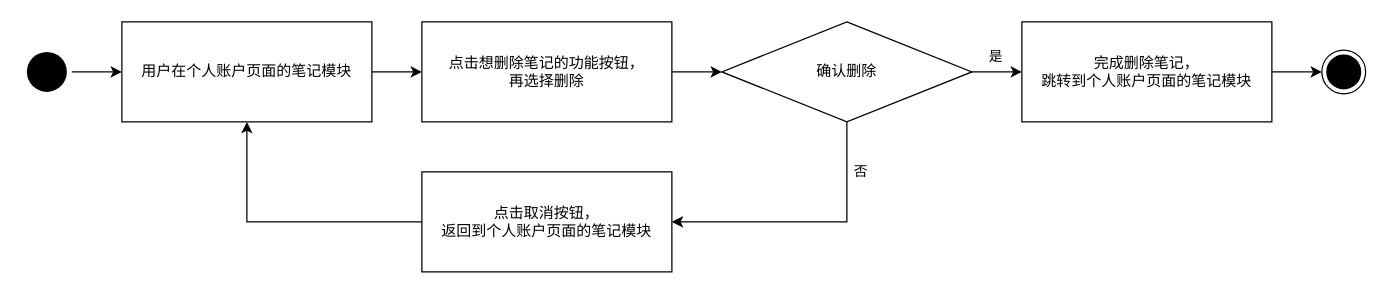
Above: page "3.13" (12 of 33) of Document/概要设计报告/流程图/概要设计流程.drawio in jeremyytann/BUAA-SE-LetStudy (draw.io), before the change. Source tidied: cells renumbered, new cells numbered last; positions are measured from the earlier drawing's top-left corner, leaving out a move shared by most shapes. Both pictures are drawn from the tidied source at 125%, with x=0, y=0 at pixel (21, 21).
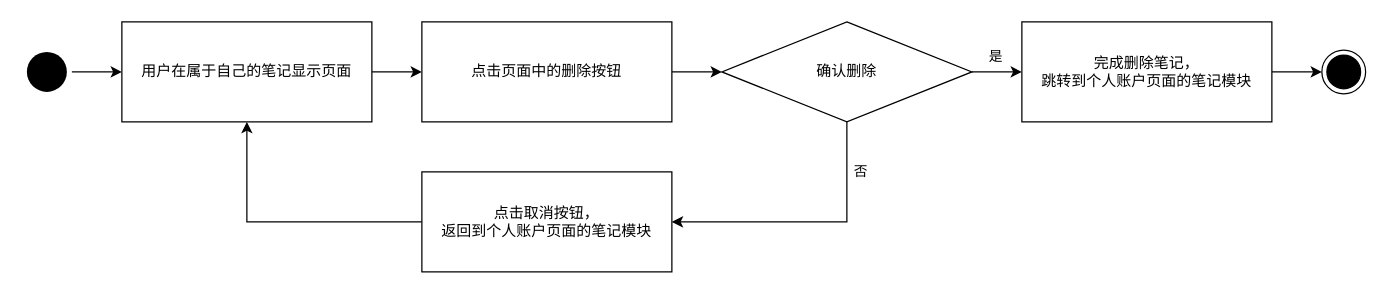
Above is the later version.

The edit, as a diff of the source:
```diff
@@
-    <mxCell id="6" value="用户在个人账户页面的笔记模块" style="rounded=0;whiteSpace=wrap;html=1;fontSize=12;glass=0;strokeWidth=1;shadow=0;" parent="1" vertex="1">
+    <mxCell id="6" value="用户在属于自己的笔记显示页面" style="rounded=0;whiteSpace=wrap;html=1;fontSize=12;glass=0;strokeWidth=1;shadow=0;" parent="1" vertex="1">
       <mxGeometry x="80" width="200" height="80" as="geometry" />
     </mxCell>
@@
-    <mxCell id="8" value="点击想删除笔记的功能按钮，&lt;br&gt;再选择删除" style="rounded=0;whiteSpace=wrap;html=1;fontSize=12;glass=0;strokeWidth=1;shadow=0;" parent="1" vertex="1">
+    <mxCell id="8" value="点击页面中的删除按钮" style="rounded=0;whiteSpace=wrap;html=1;fontSize=12;glass=0;strokeWidth=1;shadow=0;" parent="1" vertex="1">
       <mxGeometry x="320" width="200" height="80" as="geometry" />
     </mxCell>
```
